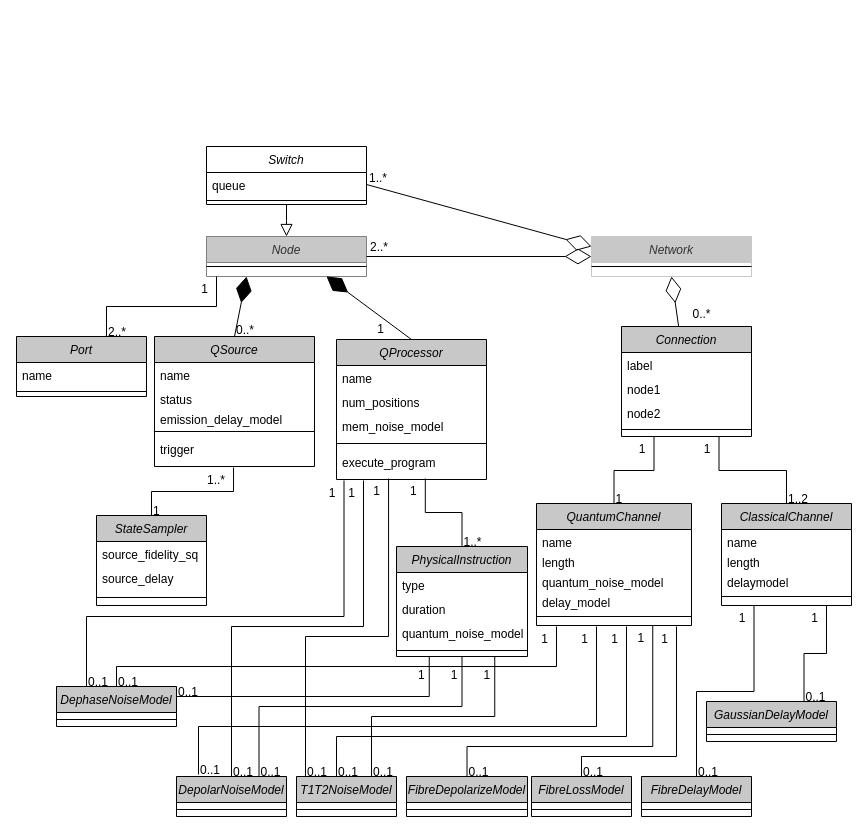
davidpcuvigo/quantumcity keeps this draw.io diagram as Diagramas/Clase/tec-network.drawio. Above is the earlier version. Source tidied: cells renumbered, new cells numbered last; positions are measured from the earlier drawing's top-left corner, leaving out a move shared by most shapes. Both pictures are drawn from the tidied source at 100%, with x=0, y=0 at pixel (16, 146).
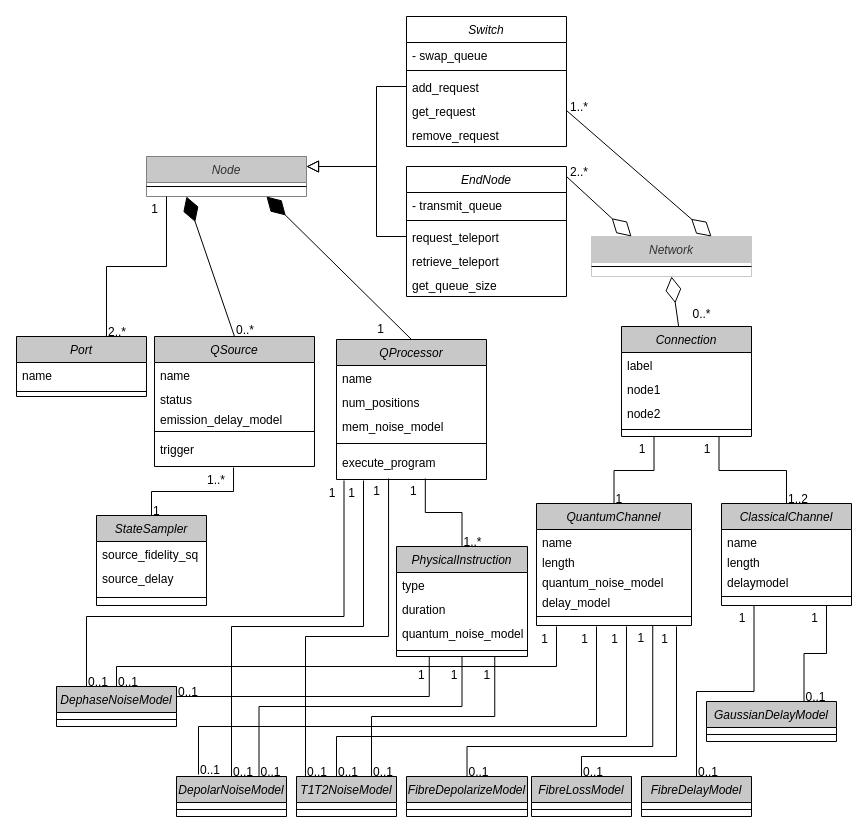
After the change.

Unchanged cells that the change refers to:
```xml
<mxCell id="2" value="Network" style="swimlane;fontStyle=2;align=center;verticalAlign=top;horizontal=1;startSize=26;rounded=0;shadow=0;strokeWidth=1;fillColor=#c8c8c8;fontColor=#333333;strokeColor=#c8c8c8;" parent="1" vertex="1">
  <mxGeometry x="575" y="90" width="160" height="40" as="geometry" />
</mxCell>
```

Change to the diagram source:
```diff
@@
     <mxCell id="4" value="Node" style="swimlane;fontStyle=2;align=center;verticalAlign=top;horizontal=1;startSize=26;rounded=0;shadow=0;strokeWidth=1;fillColor=#c8c8c8;fontColor=#333333;strokeColor=#808080;" parent="1" vertex="1">
-      <mxGeometry x="190" y="90" width="160" height="40" as="geometry" />
+      <mxGeometry x="130" y="10" width="160" height="40" as="geometry" />
     </mxCell>
@@
-    <mxCell id="6" style="endArrow=diamondThin;endFill=0;endSize=24;html=1;rounded=0;entryX=0;entryY=0.5;entryDx=0;entryDy=0;exitX=1;exitY=0.5;exitDx=0;exitDy=0;" parent="1" edge="1" source="4" target="2">
-      <mxGeometry relative="1" as="geometry" />
+    <mxCell id="6" style="endArrow=diamondThin;endFill=0;endSize=24;html=1;rounded=0;entryX=0.25;entryY=0;entryDx=0;entryDy=0;" parent="1" edge="1" target="2">
+      <mxGeometry relative="1" as="geometry">
+        <mxPoint x="550" y="30" as="sourcePoint" />
+      </mxGeometry>
     </mxCell>
@@
     <mxCell id="50" style="endArrow=none;shadow=0;strokeWidth=1;rounded=0;curved=0;endFill=0;edgeStyle=elbowEdgeStyle;elbow=vertical;exitX=0.5;exitY=0;exitDx=0;exitDy=0;" parent="1" edge="1">
       <mxGeometry x="0.5" y="41" relative="1" as="geometry">
         <mxPoint x="90" y="190" as="sourcePoint" />
-        <mxPoint x="200" y="130" as="targetPoint" />
+        <mxPoint x="150" y="50" as="targetPoint" />
         <mxPoint x="-40" y="32" as="offset" />
       </mxGeometry>
     </mxCell>
@@
     <mxCell id="109" value="2..*" style="align=left;verticalAlign=bottom;labelBackgroundColor=none;fontSize=12;" parent="1" vertex="1">
-      <mxGeometry x="352" y="103" as="geometry">
-        <mxPoint y="6" as="offset" />
+      <mxGeometry x="619" y="130" as="geometry">
+        <mxPoint x="-67" y="-96" as="offset" />
       </mxGeometry>
     </mxCell>
@@
     <mxCell id="122" value="Switch" style="swimlane;fontStyle=2;align=center;verticalAlign=top;horizontal=1;startSize=26;rounded=0;shadow=0;strokeWidth=1;" parent="1" vertex="1">
-      <mxGeometry x="190" width="160" height="58" as="geometry" />
+      <mxGeometry x="390" y="-130" width="160" height="130" as="geometry" />
     </mxCell>
-    <mxCell id="123" value="queue" style="text;align=left;verticalAlign=top;spacingLeft=4;spacingRight=4;overflow=hidden;points=[[0,0.5],[1,0.5]];portConstraint=eastwest;" parent="122" vertex="1">
+    <mxCell id="123" value="- swap_queue" style="text;align=left;verticalAlign=top;spacingLeft=4;spacingRight=4;overflow=hidden;points=[[0,0.5],[1,0.5]];portConstraint=eastwest;" parent="122" vertex="1">
       <mxGeometry y="26" width="160" height="24" as="geometry" />
     </mxCell>
@@
+    <mxCell id="128" value="add_request" style="text;align=left;verticalAlign=top;spacingLeft=4;spacingRight=4;overflow=hidden;points=[[0,0.5],[1,0.5]];portConstraint=eastwest;" parent="122" vertex="1">
+      <mxGeometry y="58" width="160" height="24" as="geometry" />
+    </mxCell>
+    <mxCell id="129" value="get_request" style="text;align=left;verticalAlign=top;spacingLeft=4;spacingRight=4;overflow=hidden;points=[[0,0.5],[1,0.5]];portConstraint=eastwest;" parent="122" vertex="1">
+      <mxGeometry y="82" width="160" height="24" as="geometry" />
+    </mxCell>
+    <mxCell id="130" value="remove_request" style="text;align=left;verticalAlign=top;spacingLeft=4;spacingRight=4;overflow=hidden;" parent="122" vertex="1">
+      <mxGeometry y="106" width="160" height="24" as="geometry" />
+    </mxCell>
-    <mxCell id="125" style="endArrow=diamondThin;endFill=0;endSize=24;html=1;rounded=0;entryX=0;entryY=0.25;entryDx=0;entryDy=0;exitX=1;exitY=0.5;exitDx=0;exitDy=0;" parent="1" edge="1" source="123" target="2">
+    <mxCell id="125" style="endArrow=diamondThin;endFill=0;endSize=24;html=1;rounded=0;entryX=0.75;entryY=0;entryDx=0;entryDy=0;exitX=1;exitY=0.5;exitDx=0;exitDy=0;" parent="1" edge="1" source="129" target="2">
       <mxGeometry relative="1" as="geometry" />
     </mxCell>
     <mxCell id="126" value="1..*" style="align=left;verticalAlign=bottom;labelBackgroundColor=none;fontSize=12;" parent="1" vertex="1">
       <mxGeometry x="351" y="34" as="geometry">
-        <mxPoint y="6" as="offset" />
+        <mxPoint x="201" y="-65" as="offset" />
       </mxGeometry>
     </mxCell>
-    <mxCell id="127" style="endArrow=block;endSize=10;endFill=0;shadow=0;strokeWidth=1;rounded=0;curved=0;edgeStyle=elbowEdgeStyle;elbow=vertical;exitX=0.5;exitY=1;exitDx=0;exitDy=0;entryX=0.5;entryY=0;entryDx=0;entryDy=0;" parent="1" edge="1" source="122" target="4">
-      <mxGeometry relative="1" as="geometry" />
-    </mxCell>
+    <mxCell id="131" value="EndNode" style="swimlane;fontStyle=2;align=center;verticalAlign=top;horizontal=1;startSize=26;rounded=0;shadow=0;strokeWidth=1;" parent="1" vertex="1">
+      <mxGeometry x="390" y="20" width="160" height="130" as="geometry" />
+    </mxCell>
+    <mxCell id="132" value="- transmit_queue" style="text;align=left;verticalAlign=top;spacingLeft=4;spacingRight=4;overflow=hidden;" parent="131" vertex="1">
+      <mxGeometry y="26" width="160" height="24" as="geometry" />
+    </mxCell>
+    <mxCell id="133" style="line;html=1;strokeWidth=1;align=left;verticalAlign=middle;spacingTop=-1;spacingLeft=3;spacingRight=3;labelPosition=right;" parent="131" vertex="1">
+      <mxGeometry y="50" width="160" height="8" as="geometry" />
+    </mxCell>
+    <mxCell id="134" value="request_teleport" style="text;align=left;verticalAlign=top;spacingLeft=4;spacingRight=4;overflow=hidden;points=[[0,0.5],[1,0.5]];portConstraint=eastwest;" parent="131" vertex="1">
+      <mxGeometry y="58" width="160" height="24" as="geometry" />
+    </mxCell>
+    <mxCell id="135" value="retrieve_teleport" style="text;align=left;verticalAlign=top;spacingLeft=4;spacingRight=4;overflow=hidden;" parent="131" vertex="1">
+      <mxGeometry y="82" width="160" height="24" as="geometry" />
+    </mxCell>
+    <mxCell id="136" value="get_queue_size" style="text;align=left;verticalAlign=top;spacingLeft=4;spacingRight=4;overflow=hidden;" parent="131" vertex="1">
+      <mxGeometry y="106" width="160" height="24" as="geometry" />
+    </mxCell>
+    <mxCell id="137" style="endArrow=block;endSize=10;endFill=0;shadow=0;strokeWidth=1;rounded=0;curved=0;edgeStyle=elbowEdgeStyle;elbow=vertical;entryX=1;entryY=0.25;entryDx=0;entryDy=0;" parent="1" edge="1" target="4">
+      <mxGeometry relative="1" as="geometry">
+        <mxPoint x="360" y="-60" as="sourcePoint" />
+        <Array as="points">
+          <mxPoint x="360" y="20" />
+        </Array>
+      </mxGeometry>
+    </mxCell>
+    <mxCell id="138" style="endArrow=block;endSize=10;endFill=0;shadow=0;strokeWidth=1;rounded=0;curved=0;edgeStyle=elbowEdgeStyle;elbow=vertical;entryX=1;entryY=0.25;entryDx=0;entryDy=0;" parent="1" edge="1" target="4">
+      <mxGeometry relative="1" as="geometry">
+        <mxPoint x="360" y="90" as="sourcePoint" />
+        <Array as="points">
+          <mxPoint x="330" y="20" />
+        </Array>
+      </mxGeometry>
+    </mxCell>
+    <mxCell id="139" style="endArrow=none;html=1;rounded=0;entryX=0;entryY=0.5;entryDx=0;entryDy=0;" parent="1" edge="1" target="128">
+      <mxGeometry relative="1" as="geometry">
+        <mxPoint x="360" y="-60" as="sourcePoint" />
+      </mxGeometry>
+    </mxCell>
+    <mxCell id="140" style="endArrow=none;html=1;rounded=0;entryX=0;entryY=0.5;entryDx=0;entryDy=0;" parent="1" edge="1" target="134">
+      <mxGeometry relative="1" as="geometry">
+        <mxPoint x="360" y="90" as="sourcePoint" />
+      </mxGeometry>
+    </mxCell>
```
